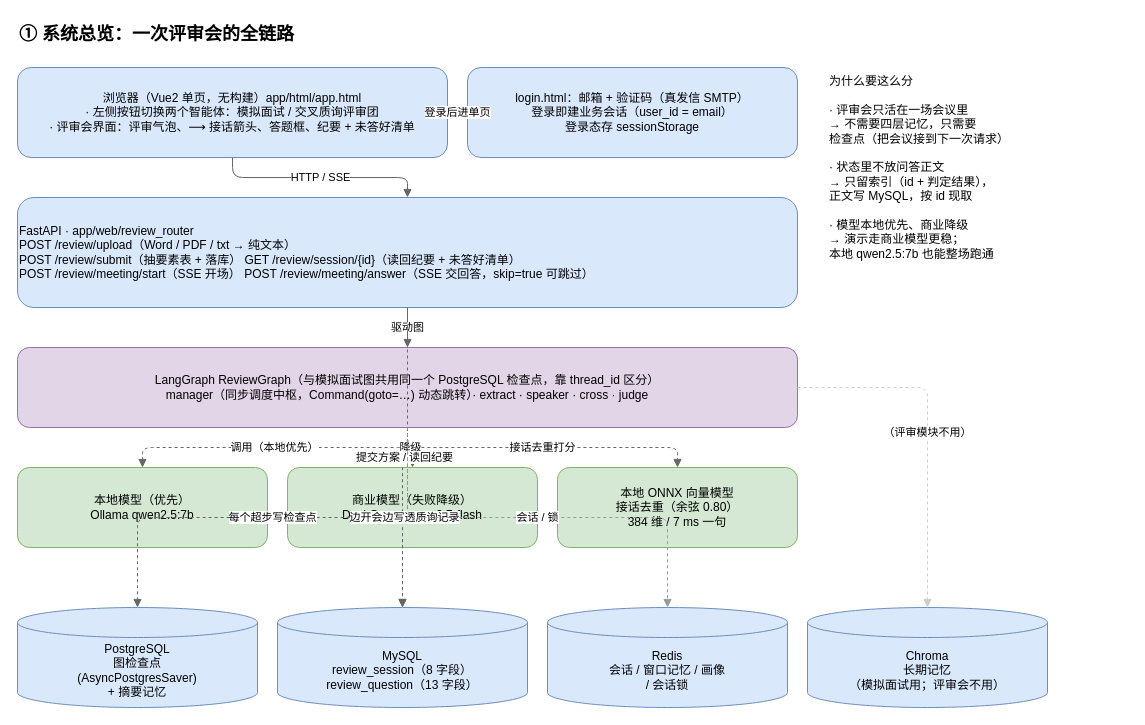
xxf-wota/ai-review-board keeps this draw.io diagram as page "1. 系统总览" (1 of 9) of docs/评审团流程图.drawio. Above is the earlier version. Source tidied: cells renumbered, new cells numbered last; positions are measured from the earlier drawing's top-left corner, leaving out a move shared by most shapes. Both pictures are drawn from the tidied source at 100%, with x=0, y=0 at pixel (17, 17).
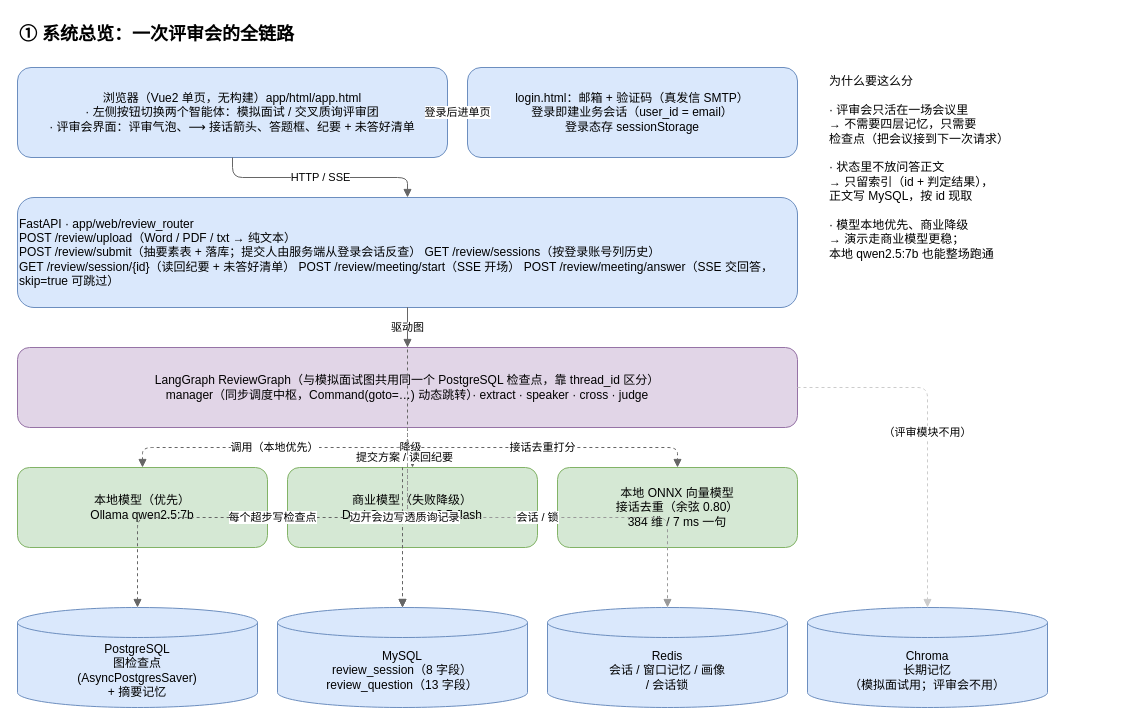
Above is the later version.

Commit message (it also covers changes not shown here):
评审会身份改由服务端认定：submit / sessions 只收登录会话，前端自报的账号不算数

Diff of the diagram source:
```diff
@@
-    <mxCell id="5" value="FastAPI · app/web/review_router&#10;POST /review/upload（Word / PDF / txt → 纯文本）&#10;POST /review/submit（抽要素表 + 落库）   GET /review/session/{id}（读回纪要 + 未答好清单）&#10;POST /review/meeting/start（SSE 开场）   POST /review/meeting/answer（SSE 交回答，skip=true 可跳过）" style="rounded=1;whiteSpace=wrap;html=1;fillColor=#dae8fc;strokeColor=#6c8ebf;fontSize=12;align=left;verticalAlign=middle;" parent="1" vertex="1">
+    <mxCell id="5" value="FastAPI · app/web/review_router&#10;POST /review/upload（Word / PDF / txt → 纯文本）&#10;POST /review/submit（抽要素表 + 落库；提交人由服务端从登录会话反查）   GET /review/sessions（按登录账号列历史）&#10;GET /review/session/{id}（读回纪要 + 未答好清单）   POST /review/meeting/start（SSE 开场）   POST /review/meeting/answer（SSE 交回答，skip=true 可跳过）" style="rounded=1;whiteSpace=wrap;html=1;fillColor=#dae8fc;strokeColor=#6c8ebf;fontSize=12;align=left;verticalAlign=middle;" parent="1" vertex="1">
       <mxGeometry y="180" width="780" height="110" as="geometry" />
     </mxCell>
```
